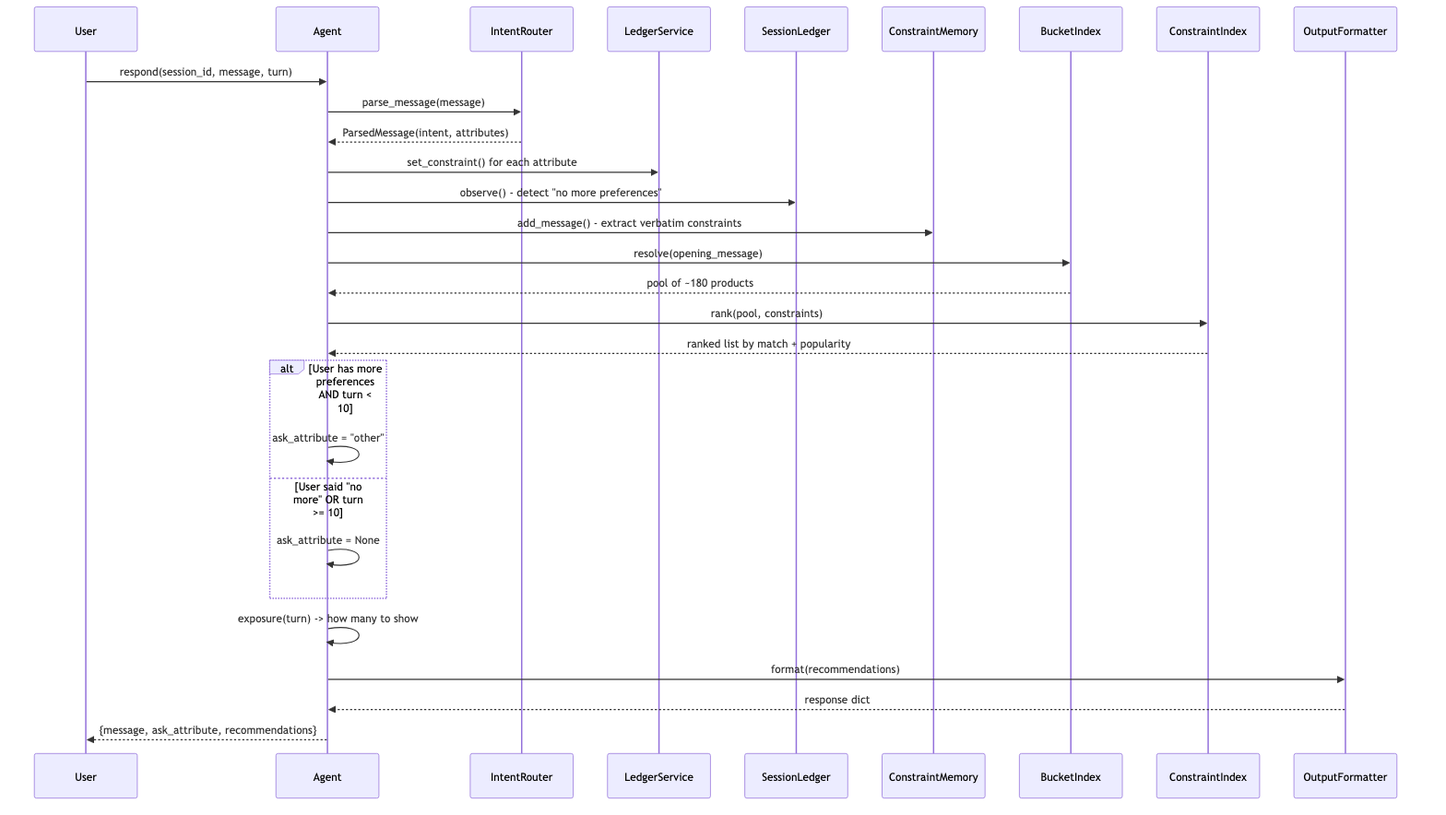
johngao122/techjam-conversational-search keeps this Mermaid diagram as docs/diagrams/sequence.png. Above is the earlier version. Its source is kept beside it as docs/diagrams/sequence.mmd.
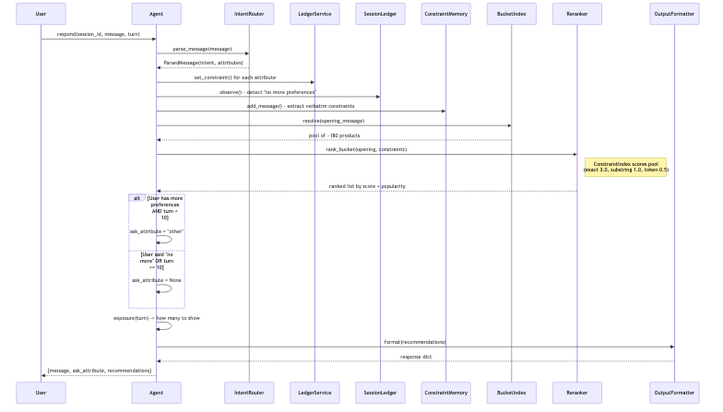
The same diagram one commit later.

Diff of the diagram source:
```diff
@@ -6,7 +6,7 @@
     participant SL as SessionLedger
     participant CM as ConstraintMemory
     participant BI as BucketIndex
-    participant CI as ConstraintIndex
+    participant RR as Reranker
     participant OF as OutputFormatter
 
     U->>A: respond(session_id, message, turn)
@@ -20,8 +20,9 @@
     A->>BI: resolve(opening_message)
     BI-->>A: pool of ~180 products
 
-    A->>CI: rank(pool, constraints)
-    CI-->>A: ranked list by match + popularity
+    A->>RR: rank_bucket(opening, constraints)
+    Note right of RR: ConstraintIndex scores pool<br/>(exact 3.0, substring 1.0, token 0.5)
+    RR-->>A: ranked list by score + popularity
 
     alt User has more preferences AND turn < 10
         A->>A: ask_attribute = "other"
```
